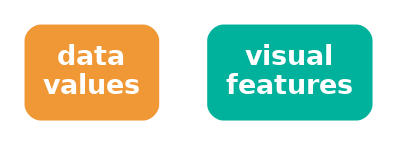
pmur002/hdvw keeps this Graphviz diagram as Diagrams/vis-clutter.png. Above is the earlier version. Its source is kept beside it as Diagrams/vis-clutter.dot. Source of this version:
```dot
digraph {
  graph [ rankdir=LR; margin=.2; nodesep=.5 ];
  node [ fontsize=20; fontname="sans bold"; margin=.2 ];
  data [ label="data\nvalues"; shape=box; style="filled, rounded"; penwidth=0; fontcolor=white; fillcolor="#F09736" ]
  vis [ label="visual\nfeatures"; shape=box;
     style="filled, rounded"; penwidth=0; fontcolor=white; fillcolor="#00B19B" ]
  data -> vis [ color="#F09736;0.1:#D59A41;0.1:#BB9D4C;0.1:#A0A058;0.1:#85A363;0.1:#6BA56E;0.1:#50A879;0.1:#35AB85;0.1:#1BAE90;0.1:#00B19B;0.1" ] [ style="invis" ]
}
```
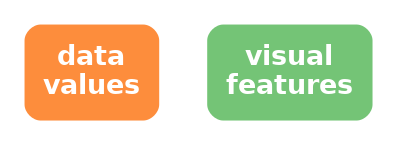
Above is the later version.

What changed in the source:
```diff
@@ -1,8 +1,8 @@
 digraph {
   graph [ rankdir=LR; margin=.2; nodesep=.5 ];
   node [ fontsize=20; fontname="sans bold"; margin=.2 ];
-  data [ label="data\nvalues"; shape=box; style="filled, rounded"; penwidth=0; fontcolor=white; fillcolor="#F09736" ]
+  data [ label="data\nvalues"; shape=box; style="filled, rounded"; penwidth=0; fontcolor=white; fillcolor="#FD8D3C" ]
   vis [ label="visual\nfeatures"; shape=box;
-     style="filled, rounded"; penwidth=0; fontcolor=white; fillcolor="#00B19B" ]
-  data -> vis [ color="#F09736;0.1:#D59A41;0.1:#BB9D4C;0.1:#A0A058;0.1:#85A363;0.1:#6BA56E;0.1:#50A879;0.1:#35AB85;0.1:#1BAE90;0.1:#00B19B;0.1" ] [ style="invis" ]
+     style="filled, rounded"; penwidth=0; fontcolor=white; fillcolor="#74C476" ]
+  data -> vis [ color="#FD8D3C;0.1:#EE9342;0.1:#DF9949;0.1:#CF9F4F;0.1:#C0A556;0.1:#B1AC5C;0.1:#A2B263;0.1:#92B869;0.1:#83BE70;0.1:#74C476;0.1" ] [ style="invis" ]
 }
```
